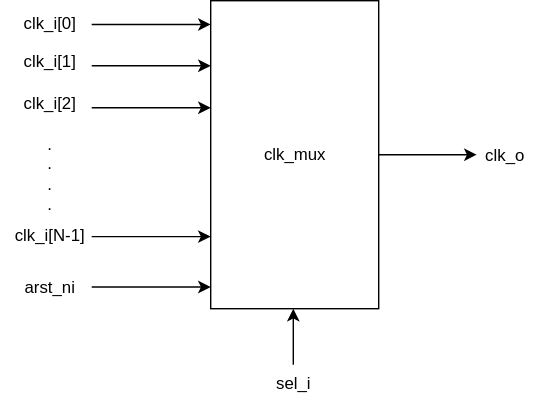
The draw.io diagram document/source/adn_clk_rst_clk_mux_des.svg in ADN-VLSI/adn_clk_rst, before a commit. Source tidied: cells renumbered, new cells last; positions are measured from the earlier drawing's top-left corner, leaving out a move shared by most shapes.
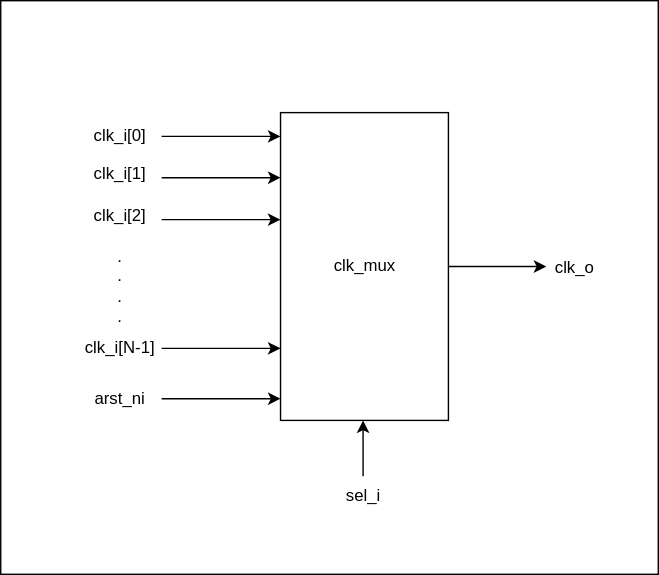
The same file after the commit.

Commit message:
clk_mux_svg white bg added

The edit, as a diff of the source:
```diff
@@ -2,6 +2,9 @@
   <root>
     <mxCell id="0" />
     <mxCell id="1" parent="0" />
+    <mxCell id="19" style="rounded=0;whiteSpace=wrap;html=1;" parent="1" vertex="1">
+      <mxGeometry x="-50" y="-80" width="470" height="410" as="geometry" />
+    </mxCell>
     <mxCell id="2" style="edgeStyle=none;html=1;exitX=1;exitY=0.5;exitDx=0;exitDy=0;" parent="1" edge="1" source="3">
       <mxGeometry relative="1" as="geometry">
         <mxPoint x="340" y="110" as="targetPoint" />
```
